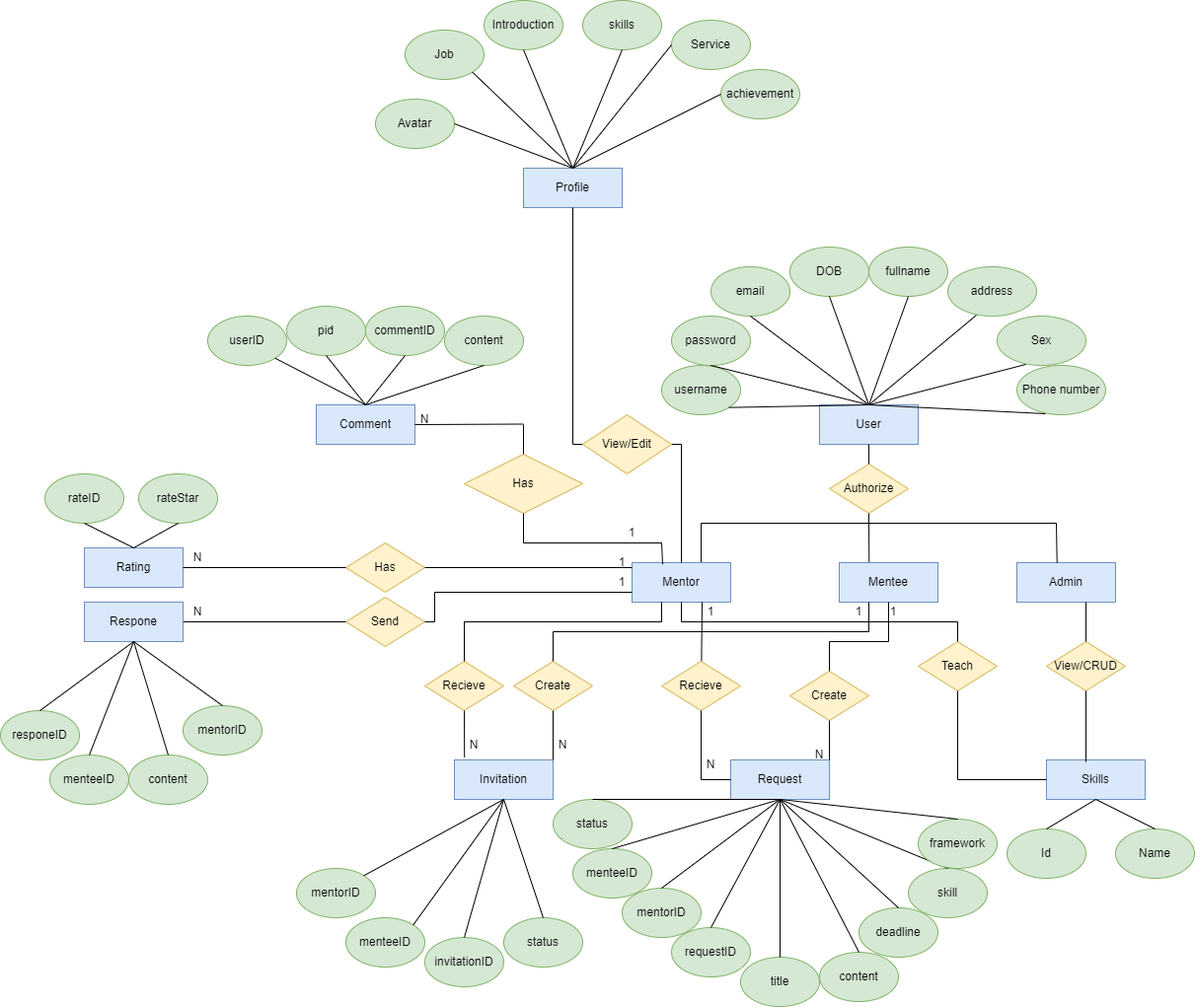
The draw.io diagram ERD.drawio.png in dungdt23/SWP391_Document, before a commit. Source tidied: cells renumbered, new cells last; positions are measured from the earlier drawing's top-left corner, leaving out a move shared by most shapes.
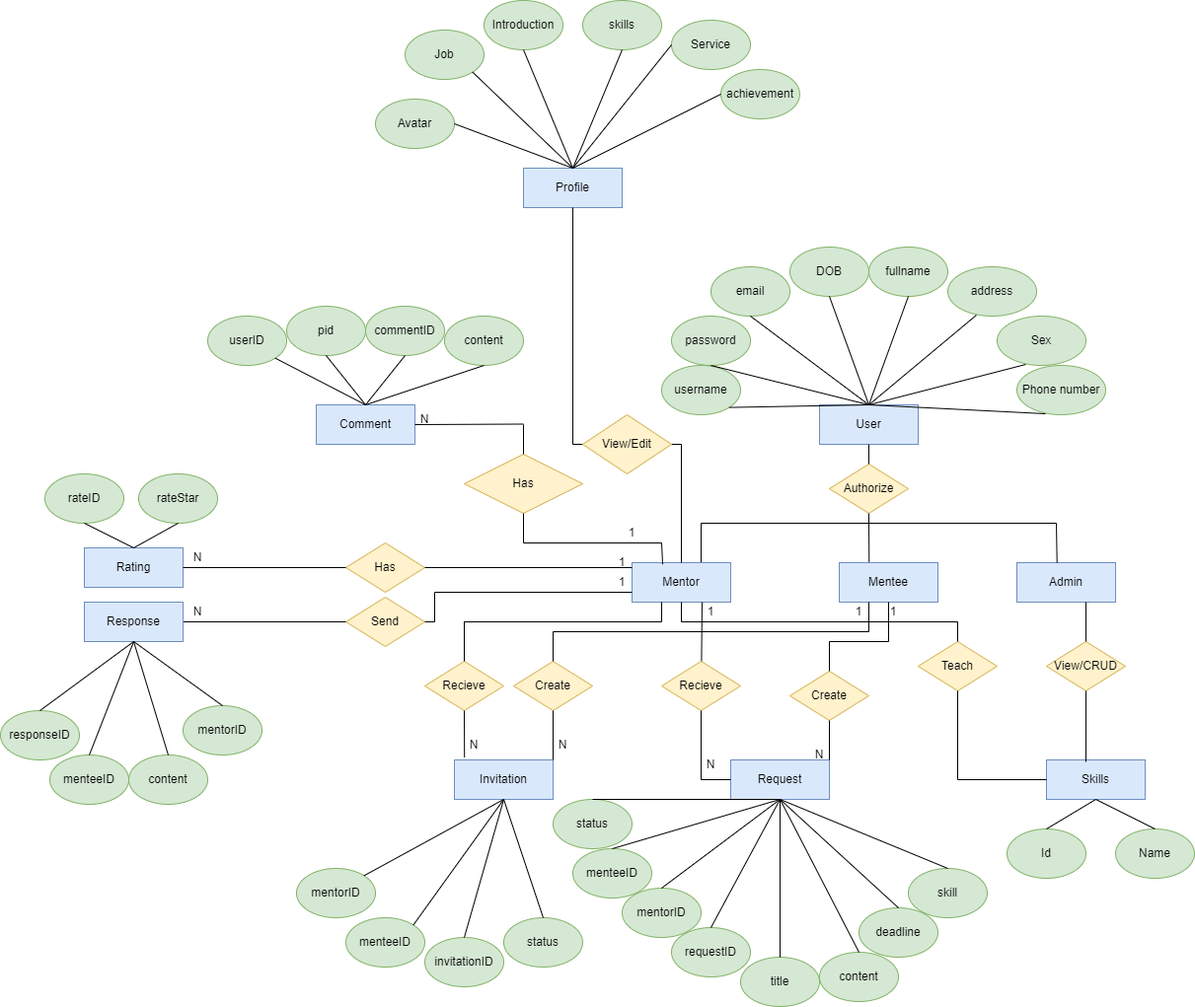
Above is the later version.

What changed in the source:
```diff
@@ -418,10 +418,10 @@
         <mxPoint x="440" y="630" as="targetPoint" />
       </mxGeometry>
     </mxCell>
-    <mxCell id="115" value="Respone" style="whiteSpace=wrap;html=1;align=center;fillColor=#dae8fc;strokeColor=#6c8ebf;" parent="1" vertex="1">
+    <mxCell id="115" value="Response" style="whiteSpace=wrap;html=1;align=center;fillColor=#dae8fc;strokeColor=#6c8ebf;" parent="1" vertex="1">
       <mxGeometry x="85" y="610" width="100" height="40" as="geometry" />
     </mxCell>
-    <mxCell id="116" value="responeID" style="ellipse;whiteSpace=wrap;html=1;align=center;fillColor=#d5e8d4;strokeColor=#82b366;" parent="1" vertex="1">
+    <mxCell id="116" value="responseID" style="ellipse;whiteSpace=wrap;html=1;align=center;fillColor=#d5e8d4;strokeColor=#82b366;" parent="1" vertex="1">
       <mxGeometry y="720" width="80" height="50" as="geometry" />
     </mxCell>
     <mxCell id="117" value="menteeID" style="ellipse;whiteSpace=wrap;html=1;align=center;fillColor=#d5e8d4;strokeColor=#82b366;" parent="1" vertex="1">
@@ -546,12 +546,6 @@
     <mxCell id="153" style="endArrow=none;html=1;rounded=0;exitX=0.5;exitY=1;exitDx=0;exitDy=0;entryX=0.5;entryY=0;entryDx=0;entryDy=0;" parent="1" edge="1" source="19" target="152">
       <mxGeometry relative="1" as="geometry" />
     </mxCell>
-    <mxCell id="154" value="framework" style="ellipse;whiteSpace=wrap;html=1;align=center;fillColor=#d5e8d4;strokeColor=#82b366;" parent="1" vertex="1">
-      <mxGeometry x="930" y="830" width="80" height="50" as="geometry" />
-    </mxCell>
-    <mxCell id="155" style="endArrow=none;html=1;rounded=0;exitX=0.5;exitY=1;exitDx=0;exitDy=0;entryX=0.5;entryY=0;entryDx=0;entryDy=0;" parent="1" edge="1" source="19" target="154">
-      <mxGeometry relative="1" as="geometry" />
-    </mxCell>
     <mxCell id="156" value="status" style="ellipse;whiteSpace=wrap;html=1;align=center;fillColor=#d5e8d4;strokeColor=#82b366;" parent="1" vertex="1">
       <mxGeometry x="560" y="810" width="80" height="50" as="geometry" />
     </mxCell>
```
